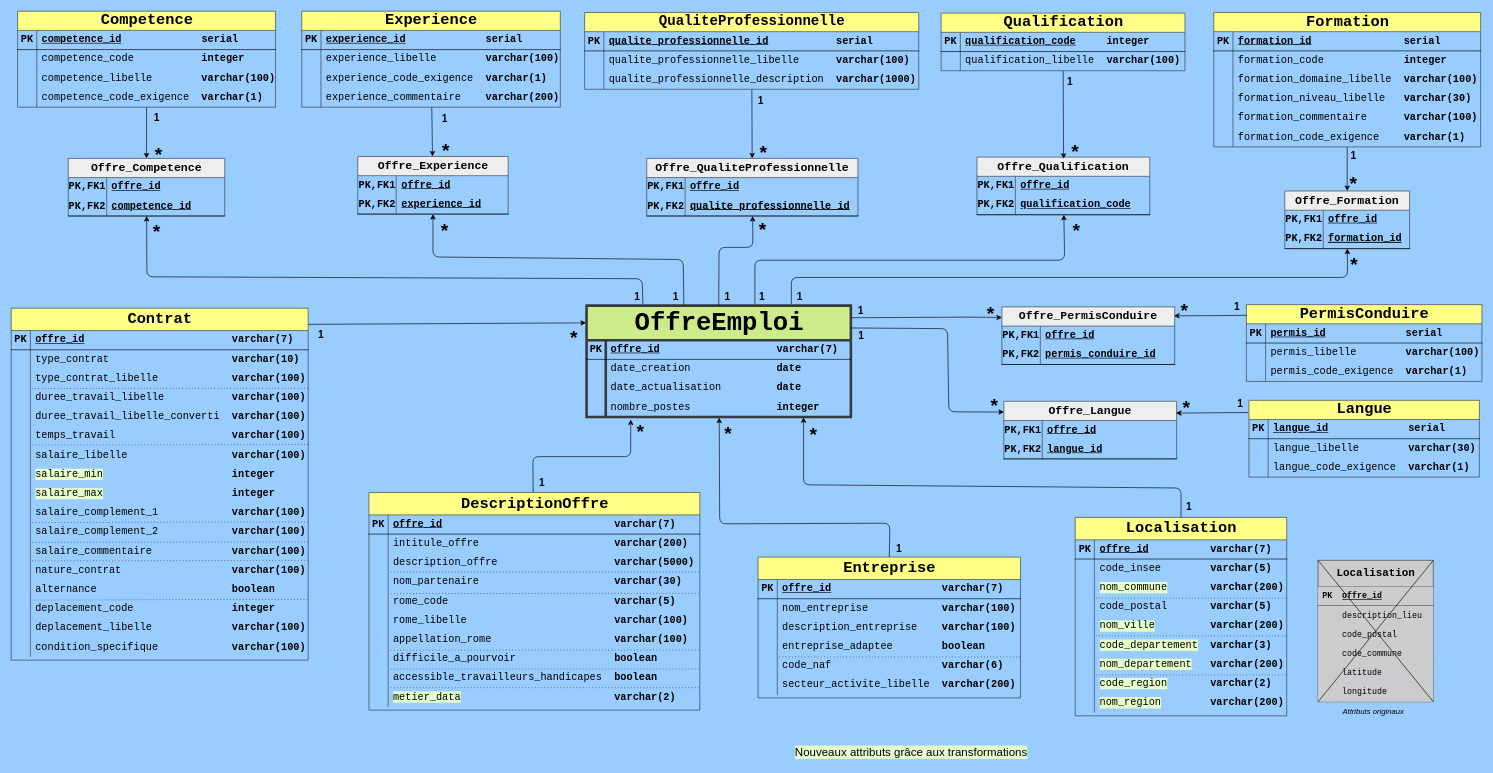
Before: load_sql/UML.drawio in vimchun/Job-Market-in-France, a draw.io diagram. Source tidied: cells renumbered, new cells numbered last; positions are measured from the earlier drawing's top-left corner, leaving out a move shared by most shapes. Both pictures are drawn from the tidied source at 64%, with x=0, y=0 at pixel (11, 11).
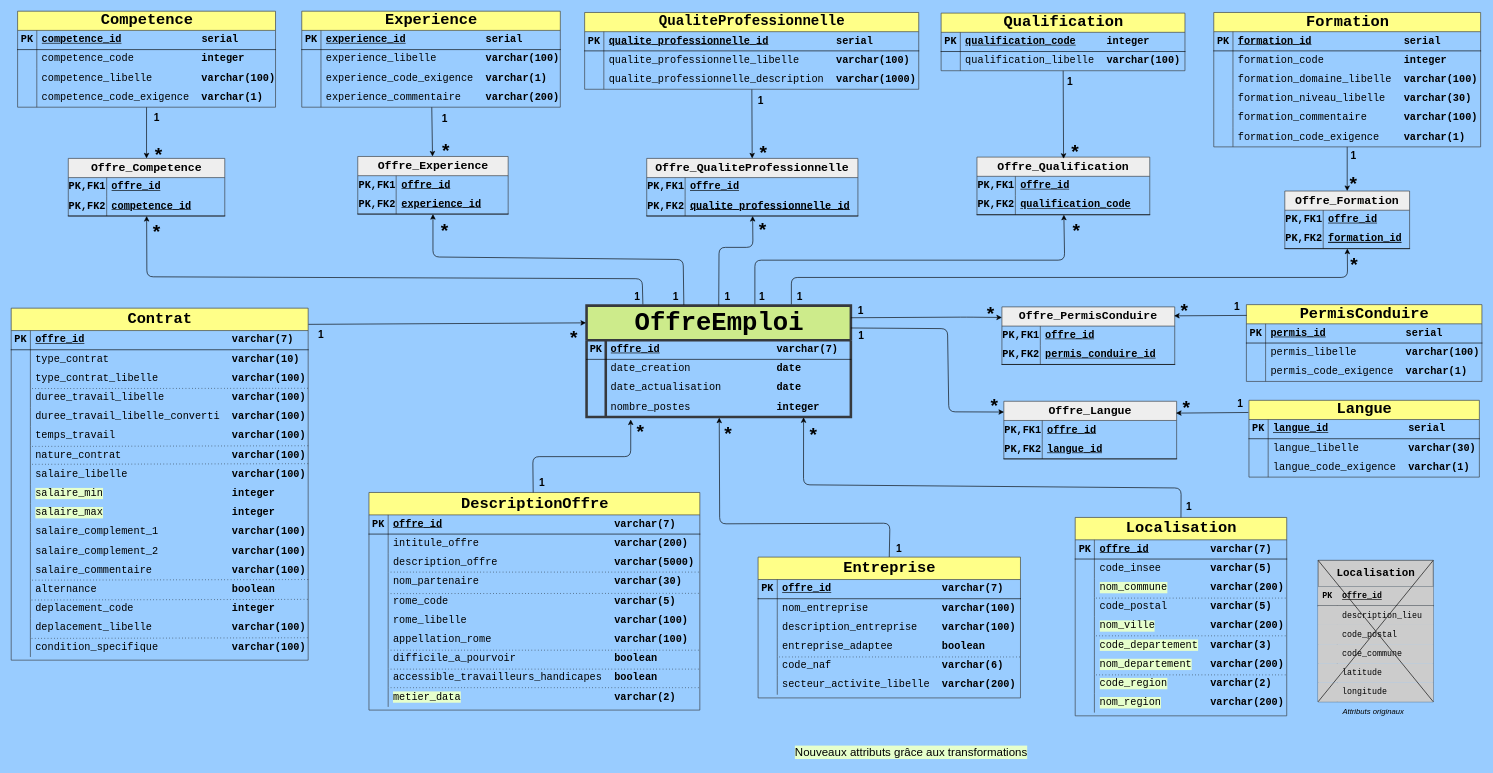
The same diagram, later.

Unchanged cells that the change refers to:
```xml
<mxCell id="15" value="&lt;span style=&quot;font-size: 24px;&quot;&gt;Contrat&lt;/span&gt;" style="shape=table;startSize=35;childLayout=tableLayout;rowLines=0;fontStyle=1;align=center;html=1;fillColor=#ffff88;strokeColor=#36393d;rounded=0;fontFamily=Courier New;fontSize=16;" parent="1" vertex="1">
  <mxGeometry y="464" width="464" height="550" as="geometry" />
</mxCell>
```

Diff of the diagram source:
```diff
@@
+    <mxCell id="52" style="shape=tableRow;horizontal=0;startSize=0;swimlaneHead=0;swimlaneBody=0;fillColor=none;top=0;left=0;right=0;bottom=0;rounded=0;fontFamily=Courier New;fontSize=16;strokeColor=#000000;" parent="15" vertex="1">
+      <mxGeometry y="215" width="464" height="30" as="geometry" />
+    </mxCell>
+    <mxCell id="53" style="shape=partialRectangle;fillColor=none;top=0;left=0;bottom=0;right=0;overflow=hidden;whiteSpace=wrap;html=1;rounded=0;fontFamily=Courier New;fontSize=16;strokeColor=#000000;" parent="52" vertex="1">
+      <mxGeometry width="30" height="30" as="geometry" />
+    </mxCell>
+    <mxCell id="54" value="nature_contrat&amp;nbsp; &amp;nbsp; &amp;nbsp; &amp;nbsp; &amp;nbsp; &amp;nbsp; &amp;nbsp; &amp;nbsp;&amp;nbsp;&lt;span style=&quot;color: light-dark(rgb(0, 0, 0), rgb(255, 255, 255)); background-color: transparent;&quot;&gt;&amp;nbsp;&amp;nbsp;&lt;/span&gt;&lt;b style=&quot;color: light-dark(rgb(0, 0, 0), rgb(255, 255, 255)); background-color: transparent;&quot;&gt;varchar(&lt;/b&gt;&lt;b&gt;100)&lt;/b&gt;" style="shape=partialRectangle;fillColor=none;top=0;left=0;bottom=0;right=0;align=left;spacingLeft=6;overflow=hidden;whiteSpace=wrap;html=1;rounded=0;fontFamily=Courier New;fontSize=16;strokeColor=#000000;" parent="52" vertex="1">
+      <mxGeometry x="30" width="434" height="30" as="geometry" />
+    </mxCell>
     <mxCell id="34" style="shape=tableRow;horizontal=0;startSize=0;swimlaneHead=0;swimlaneBody=0;fillColor=none;top=0;left=0;right=0;bottom=0;rounded=0;fontFamily=Courier New;fontSize=16;strokeColor=#000000;" parent="15" vertex="1">
-      <mxGeometry y="215" width="464" height="30" as="geometry" />
+      <mxGeometry y="245" width="464" height="30" as="geometry" />
     </mxCell>
@@
     <mxCell id="37" style="shape=tableRow;horizontal=0;startSize=0;swimlaneHead=0;swimlaneBody=0;fillColor=none;top=0;left=0;right=0;bottom=0;rounded=0;fontFamily=Courier New;fontSize=16;strokeColor=#000000;" parent="15" vertex="1">
-      <mxGeometry y="245" width="464" height="30" as="geometry" />
+      <mxGeometry y="275" width="464" height="30" as="geometry" />
     </mxCell>
@@
     <mxCell id="40" style="shape=tableRow;horizontal=0;startSize=0;swimlaneHead=0;swimlaneBody=0;fillColor=none;top=0;left=0;right=0;bottom=0;rounded=0;fontFamily=Courier New;fontSize=16;strokeColor=#000000;" parent="15" vertex="1">
-      <mxGeometry y="275" width="464" height="30" as="geometry" />
+      <mxGeometry y="305" width="464" height="30" as="geometry" />
     </mxCell>
@@
     <mxCell id="43" style="shape=tableRow;horizontal=0;startSize=0;swimlaneHead=0;swimlaneBody=0;fillColor=none;top=0;left=0;right=0;bottom=0;rounded=0;fontFamily=Courier New;fontSize=16;strokeColor=#000000;" parent="15" vertex="1">
-      <mxGeometry y="305" width="464" height="30" as="geometry" />
+      <mxGeometry y="335" width="464" height="30" as="geometry" />
     </mxCell>
@@
     <mxCell id="46" style="shape=tableRow;horizontal=0;startSize=0;swimlaneHead=0;swimlaneBody=0;fillColor=none;top=0;left=0;right=0;bottom=0;rounded=0;fontFamily=Courier New;fontSize=16;strokeColor=#000000;" parent="15" vertex="1">
-      <mxGeometry y="335" width="464" height="30" as="geometry" />
+      <mxGeometry y="365" width="464" height="30" as="geometry" />
     </mxCell>
@@
     <mxCell id="49" style="shape=tableRow;horizontal=0;startSize=0;swimlaneHead=0;swimlaneBody=0;fillColor=none;top=0;left=0;right=0;bottom=0;rounded=0;fontFamily=Courier New;fontSize=16;strokeColor=#000000;" parent="15" vertex="1">
-      <mxGeometry y="365" width="464" height="30" as="geometry" />
+      <mxGeometry y="395" width="464" height="30" as="geometry" />
     </mxCell>
@@
-    <mxCell id="52" style="shape=tableRow;horizontal=0;startSize=0;swimlaneHead=0;swimlaneBody=0;fillColor=none;top=0;left=0;right=0;bottom=0;rounded=0;fontFamily=Courier New;fontSize=16;strokeColor=#000000;" parent="15" vertex="1">
-      <mxGeometry y="395" width="464" height="30" as="geometry" />
-    </mxCell>
-    <mxCell id="53" style="shape=partialRectangle;fillColor=none;top=0;left=0;bottom=0;right=0;overflow=hidden;whiteSpace=wrap;html=1;rounded=0;fontFamily=Courier New;fontSize=16;strokeColor=#000000;" parent="52" vertex="1">
-      <mxGeometry width="30" height="30" as="geometry" />
-    </mxCell>
-    <mxCell id="54" value="nature_contrat&amp;nbsp; &amp;nbsp; &amp;nbsp; &amp;nbsp; &amp;nbsp; &amp;nbsp; &amp;nbsp; &amp;nbsp;&amp;nbsp;&lt;span style=&quot;color: light-dark(rgb(0, 0, 0), rgb(255, 255, 255)); background-color: transparent;&quot;&gt;&amp;nbsp;&amp;nbsp;&lt;/span&gt;&lt;b style=&quot;color: light-dark(rgb(0, 0, 0), rgb(255, 255, 255)); background-color: transparent;&quot;&gt;varchar(&lt;/b&gt;&lt;b&gt;100)&lt;/b&gt;" style="shape=partialRectangle;fillColor=none;top=0;left=0;bottom=0;right=0;align=left;spacingLeft=6;overflow=hidden;whiteSpace=wrap;html=1;rounded=0;fontFamily=Courier New;fontSize=16;strokeColor=#000000;" parent="52" vertex="1">
-      <mxGeometry x="30" width="434" height="30" as="geometry" />
-    </mxCell>
@@
     <mxCell id="355" style="endArrow=none;html=1;rounded=0;entryX=0.065;entryY=0.02;entryDx=0;entryDy=0;entryPerimeter=0;exitX=0.999;exitY=1.007;exitDx=0;exitDy=0;exitPerimeter=0;dashed=1;dashPattern=1 4;" parent="1" edge="1">
       <mxGeometry relative="1" as="geometry">
-        <mxPoint x="464" y="677" as="sourcePoint" />
-        <mxPoint x="30" y="678" as="targetPoint" />
+        <mxPoint x="464" y="679" as="sourcePoint" />
+        <mxPoint x="30" y="680" as="targetPoint" />
       </mxGeometry>
     </mxCell>
     <mxCell id="356" style="endArrow=none;html=1;rounded=0;entryX=0.065;entryY=0.02;entryDx=0;entryDy=0;entryPerimeter=0;exitX=0.999;exitY=1.007;exitDx=0;exitDy=0;exitPerimeter=0;dashed=1;dashPattern=1 4;" parent="1" edge="1">
       <mxGeometry relative="1" as="geometry">
-        <mxPoint x="464" y="798" as="sourcePoint" />
-        <mxPoint x="30" y="799" as="targetPoint" />
+        <mxPoint x="464" y="707" as="sourcePoint" />
+        <mxPoint x="30" y="708" as="targetPoint" />
       </mxGeometry>
     </mxCell>
-    <mxCell id="357" style="endArrow=none;html=1;rounded=0;entryX=0.065;entryY=0.02;entryDx=0;entryDy=0;entryPerimeter=0;exitX=0.999;exitY=1.007;exitDx=0;exitDy=0;exitPerimeter=0;dashed=1;dashPattern=1 4;" parent="1" edge="1">
-      <mxGeometry relative="1" as="geometry">
-        <mxPoint x="464" y="829" as="sourcePoint" />
-        <mxPoint x="30" y="830" as="targetPoint" />
-      </mxGeometry>
-    </mxCell>
     <mxCell id="358" style="endArrow=none;html=1;rounded=0;entryX=0.065;entryY=0.02;entryDx=0;entryDy=0;entryPerimeter=0;exitX=0.999;exitY=1.007;exitDx=0;exitDy=0;exitPerimeter=0;dashed=1;dashPattern=1 4;" parent="1" edge="1">
       <mxGeometry relative="1" as="geometry">
-        <mxPoint x="464" y="858" as="sourcePoint" />
-        <mxPoint x="30" y="859" as="targetPoint" />
+        <mxPoint x="464" y="888" as="sourcePoint" />
+        <mxPoint x="30" y="889" as="targetPoint" />
       </mxGeometry>
     </mxCell>
@@
+    <mxCell id="369" style="endArrow=none;html=1;rounded=0;entryX=0.065;entryY=0.02;entryDx=0;entryDy=0;entryPerimeter=0;exitX=0.999;exitY=1.007;exitDx=0;exitDy=0;exitPerimeter=0;dashed=1;dashPattern=1 4;" parent="1" edge="1">
+      <mxGeometry relative="1" as="geometry">
+        <mxPoint x="463" y="979" as="sourcePoint" />
+        <mxPoint x="29" y="980" as="targetPoint" />
+      </mxGeometry>
+    </mxCell>
```
